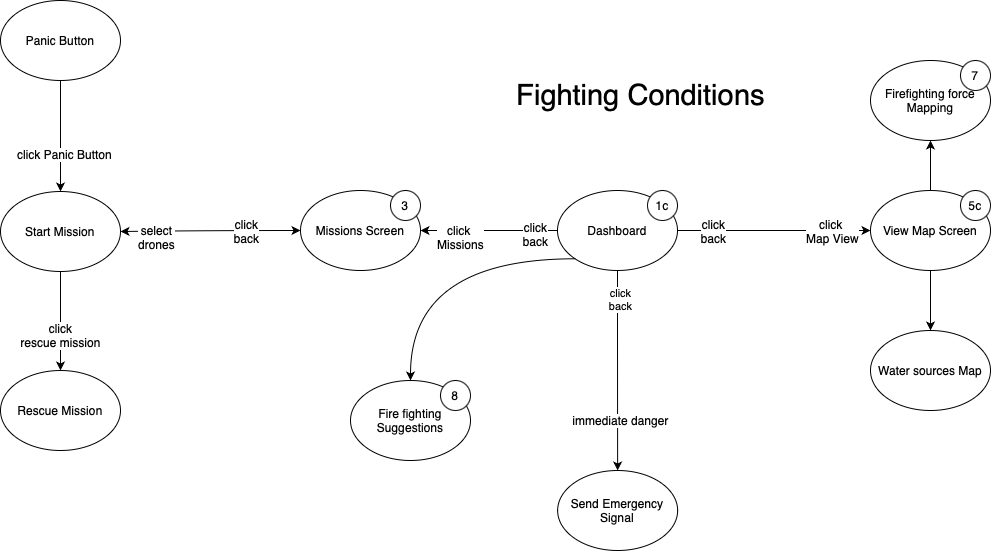
Before: StateDiagrams/Fighting.drawio.png, a diagram exported from draw.io (Fire-Prevention/fire-prevention). Source tidied: cells renumbered, new cells last; positions are measured from the earlier drawing's top-left corner, leaving out a move shared by most shapes.
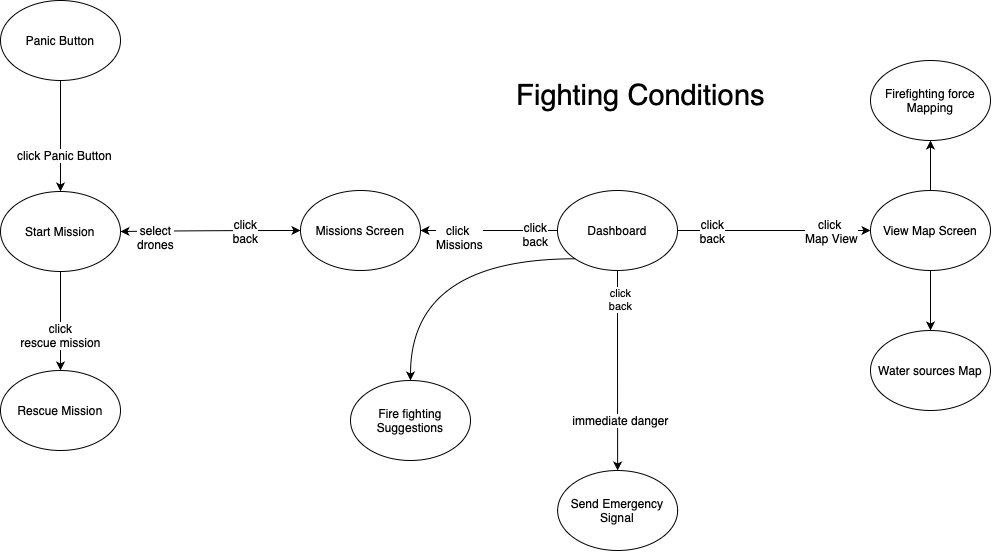
Later version of the same file.

Change to the diagram source:
```diff
@@ -11,18 +11,12 @@
     <mxCell id="4" value="Dashboard" style="ellipse;whiteSpace=wrap;html=1;" parent="3" vertex="1">
       <mxGeometry width="120" height="80" as="geometry" />
     </mxCell>
-    <mxCell id="5" value="1c" style="ellipse;whiteSpace=wrap;html=1;" parent="3" vertex="1">
-      <mxGeometry x="90" width="30" height="30" as="geometry" />
-    </mxCell>
     <mxCell id="6" style="group;" parent="1" vertex="1">
       <mxGeometry x="870" y="190" width="120" height="80" as="geometry" />
     </mxCell>
     <mxCell id="7" value="View Map Screen" style="ellipse;whiteSpace=wrap;html=1;" parent="6" vertex="1">
       <mxGeometry width="120" height="80" as="geometry" />
     </mxCell>
-    <mxCell id="8" value="5c" style="ellipse;whiteSpace=wrap;html=1;" parent="6" vertex="1">
-      <mxGeometry x="90" width="30" height="30" as="geometry" />
-    </mxCell>
     <mxCell id="9" style="edgeStyle=orthogonalEdgeStyle;curved=1;rounded=0;jettySize=auto;html=1;exitX=1;exitY=0.5;exitDx=0;exitDy=0;fontSize=12;startArrow=none;startFill=0;" parent="1" edge="1" source="4" target="7">
       <mxGeometry relative="1" as="geometry" />
     </mxCell>
@@ -49,9 +43,6 @@
     <mxCell id="16" value="Firefighting force Mapping" style="ellipse;whiteSpace=wrap;html=1;" parent="15" vertex="1">
       <mxGeometry width="120" height="80" as="geometry" />
     </mxCell>
-    <mxCell id="17" value="7" style="ellipse;whiteSpace=wrap;html=1;" parent="15" vertex="1">
-      <mxGeometry x="90" width="30" height="30" as="geometry" />
-    </mxCell>
     <mxCell id="18" value="immediate danger" style="edgeStyle=orthogonalEdgeStyle;curved=1;rounded=0;jettySize=auto;html=1;exitX=0.5;exitY=1;exitDx=0;exitDy=0;fontSize=12;startArrow=none;startFill=0;" parent="1" edge="1" source="4" target="19">
       <mxGeometry x="0.5" y="3" relative="1" as="geometry" />
     </mxCell>
@@ -69,9 +60,6 @@
     <mxCell id="22" value="Missions Screen" style="ellipse;whiteSpace=wrap;html=1;" parent="21" vertex="1">
       <mxGeometry width="120" height="80" as="geometry" />
     </mxCell>
-    <mxCell id="23" value="3" style="ellipse;whiteSpace=wrap;html=1;" parent="21" vertex="1">
-      <mxGeometry x="90" width="30" height="30" as="geometry" />
-    </mxCell>
     <mxCell id="24" style="edgeStyle=orthogonalEdgeStyle;curved=1;rounded=0;jettySize=auto;html=1;exitX=0;exitY=0.5;exitDx=0;exitDy=0;startArrow=classic;startFill=1;" parent="1" edge="1" source="22" target="27">
       <mxGeometry relative="1" as="geometry" />
     </mxCell>
@@ -125,8 +113,5 @@
     <mxCell id="40" value="Fire fighting Suggestions" style="ellipse;whiteSpace=wrap;html=1;fontSize=12;" parent="39" vertex="1">
       <mxGeometry width="120" height="80" as="geometry" />
     </mxCell>
-    <mxCell id="41" value="8" style="ellipse;whiteSpace=wrap;html=1;fontSize=12;" parent="39" vertex="1">
-      <mxGeometry x="90" width="30" height="30" as="geometry" />
-    </mxCell>
   </root>
 </mxGraphModel>
```
